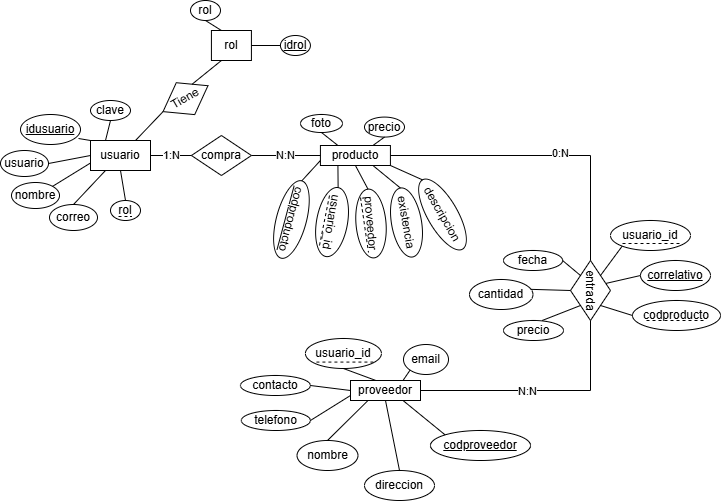
crisalixis/dietetica keeps this draw.io diagram as documentacion/Diagrama MER.drawio.png. Above is the earlier version. Source tidied: cells renumbered, new cells last; positions are measured from the earlier drawing's top-left corner, leaving out a move shared by most shapes.
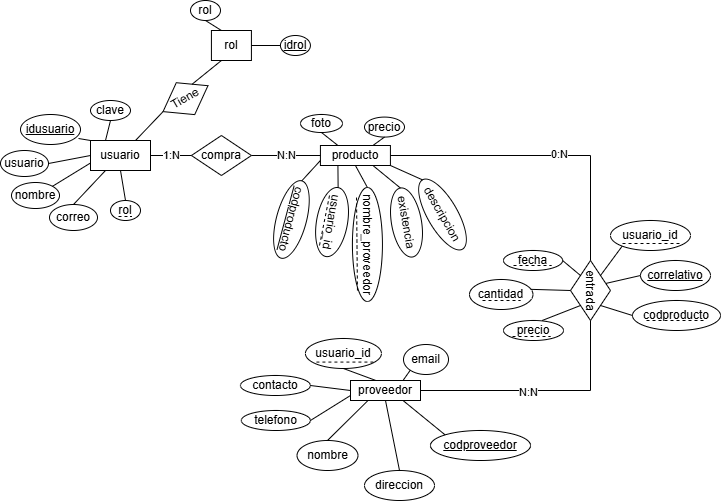
Above is the later version.

What changed in the source:
```diff
@@ -106,8 +106,8 @@
     <mxCell id="33" value="&lt;u&gt;codproducto&lt;/u&gt;" style="ellipse;whiteSpace=wrap;html=1;rotation=105;" parent="1" vertex="1">
       <mxGeometry x="250.9" y="204" width="80" height="30" as="geometry" />
     </mxCell>
-    <mxCell id="34" value="proveedor" style="ellipse;whiteSpace=wrap;html=1;rotation=85;" parent="1" vertex="1">
-      <mxGeometry x="336" y="208" width="69" height="30" as="geometry" />
+    <mxCell id="34" value="nombre_proveedor" style="ellipse;whiteSpace=wrap;html=1;rotation=90;" parent="1" vertex="1">
+      <mxGeometry x="309.9" y="229" width="114" height="30" as="geometry" />
     </mxCell>
     <mxCell id="35" value="foto" style="ellipse;whiteSpace=wrap;html=1;" parent="1" vertex="1">
       <mxGeometry x="300" y="114" width="42" height="18" as="geometry" />
@@ -133,11 +133,8 @@
         <mxPoint x="131" y="216" as="targetPoint" />
       </mxGeometry>
     </mxCell>
-    <mxCell id="42" style="endArrow=none;dashed=1;html=1;rounded=0;" parent="1" edge="1">
-      <mxGeometry relative="1" as="geometry">
-        <mxPoint x="360" y="197" as="sourcePoint" />
-        <mxPoint x="368" y="252" as="targetPoint" />
-      </mxGeometry>
+    <mxCell id="42" style="endArrow=none;dashed=1;html=1;rounded=0;exitX=0.088;exitY=0.864;exitDx=0;exitDy=0;exitPerimeter=0;entryX=0.93;entryY=0.831;entryDx=0;entryDy=0;entryPerimeter=0;" parent="1" edge="1" source="34" target="34">
+      <mxGeometry relative="1" as="geometry" />
     </mxCell>
     <mxCell id="43" style="endArrow=none;dashed=1;html=1;rounded=0;" parent="1" edge="1">
       <mxGeometry relative="1" as="geometry">
@@ -261,5 +258,23 @@
         <mxPoint x="375.9" y="361.6" as="targetPoint" />
       </mxGeometry>
     </mxCell>
+    <mxCell id="79" style="endArrow=none;dashed=1;html=1;rounded=0;" parent="1" edge="1">
+      <mxGeometry relative="1" as="geometry">
+        <mxPoint x="482" y="300" as="sourcePoint" />
+        <mxPoint x="520" y="300" as="targetPoint" />
+      </mxGeometry>
+    </mxCell>
+    <mxCell id="80" style="endArrow=none;dashed=1;html=1;rounded=0;" parent="1" edge="1">
+      <mxGeometry relative="1" as="geometry">
+        <mxPoint x="513" y="265" as="sourcePoint" />
+        <mxPoint x="551" y="265" as="targetPoint" />
+      </mxGeometry>
+    </mxCell>
+    <mxCell id="81" style="endArrow=none;dashed=1;html=1;rounded=0;" parent="1" edge="1">
+      <mxGeometry relative="1" as="geometry">
+        <mxPoint x="512" y="336" as="sourcePoint" />
+        <mxPoint x="550" y="336" as="targetPoint" />
+      </mxGeometry>
+    </mxCell>
   </root>
 </mxGraphModel>
```
